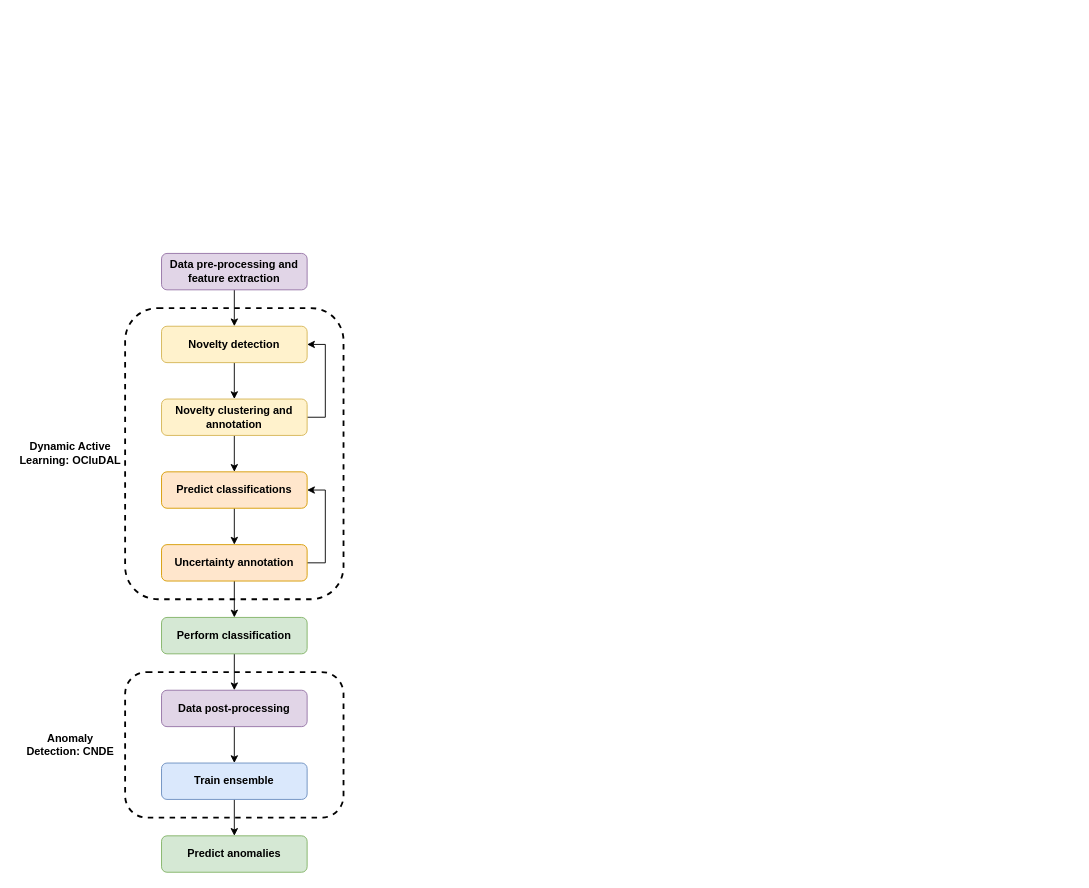
jaduplessis/DesignProject4 keeps this draw.io diagram as Report Help/SystemDiagram.drawio. Above is the earlier version. Source tidied: cells renumbered, new cells numbered last; positions are measured from the earlier drawing's top-left corner, leaving out a move shared by most shapes. Both pictures are drawn from the tidied source at 91%, with x=0, y=0 at pixel (15, 253).
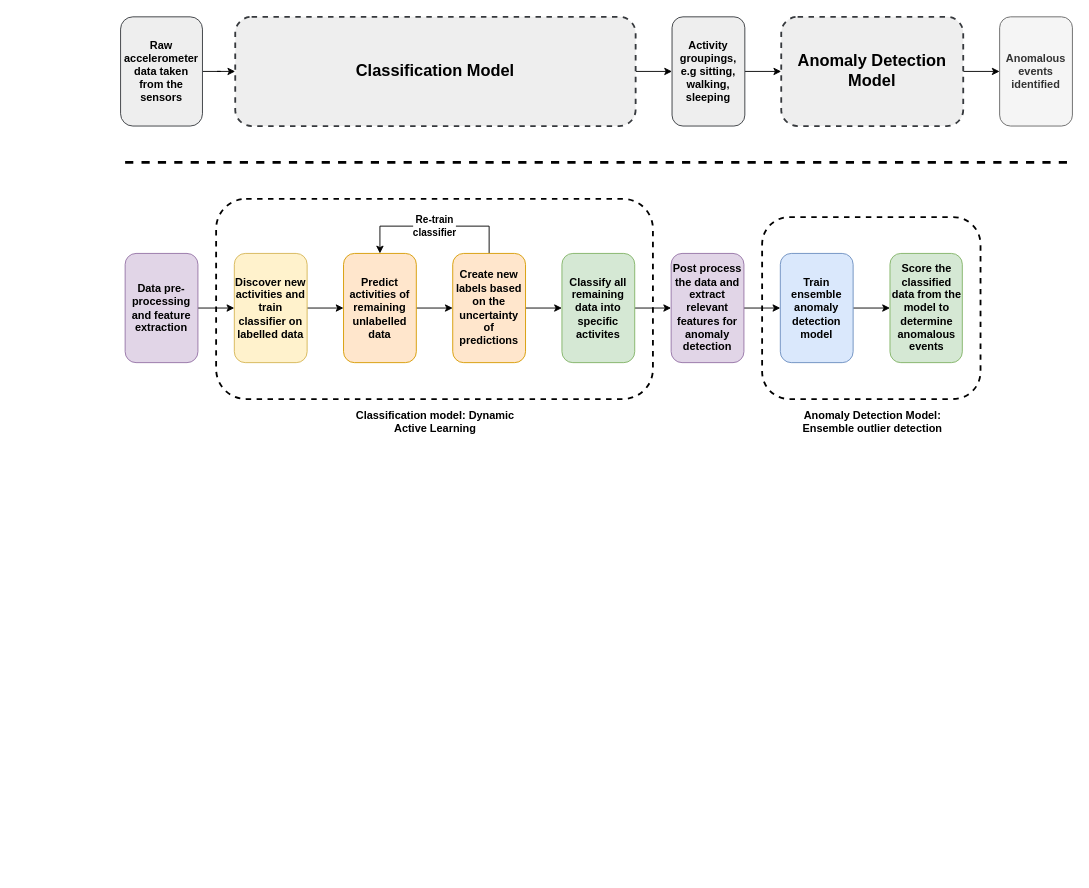
After the change.

Diff of the diagram source:
```diff
@@
     <mxCell id="3" value="&lt;div&gt;&lt;b&gt;Data pre-processing and feature extraction&lt;/b&gt;&lt;/div&gt;" style="rounded=1;whiteSpace=wrap;html=1;fillColor=#e1d5e7;strokeColor=#9673a6;" parent="1" vertex="1">
-      <mxGeometry x="160" width="160" height="40" as="geometry" />
+      <mxGeometry x="120" width="80" height="120" as="geometry" />
     </mxCell>
-    <mxCell id="4" style="edgeStyle=orthogonalEdgeStyle;rounded=0;jettySize=auto;html=1;" parent="1" edge="1" source="5" target="8">
-      <mxGeometry relative="1" as="geometry" />
-    </mxCell>
+    <mxCell id="25" style="edgeStyle=orthogonalEdgeStyle;rounded=0;jettySize=auto;html=1;" parent="1" edge="1" source="5" target="10">
+      <mxGeometry relative="1" as="geometry" />
+    </mxCell>
-    <mxCell id="5" value="&lt;b&gt;Novelty detection&lt;br&gt;&lt;/b&gt;" style="rounded=1;whiteSpace=wrap;html=1;fillColor=#fff2cc;strokeColor=#d6b656;" parent="1" vertex="1">
-      <mxGeometry x="160" y="80" width="160" height="40" as="geometry" />
+    <mxCell id="5" value="&lt;b&gt;Discover new activities and train classifier on labelled data&lt;br&gt;&lt;/b&gt;" style="rounded=1;whiteSpace=wrap;html=1;fillColor=#fff2cc;strokeColor=#d6b656;" parent="1" vertex="1">
+      <mxGeometry x="240" width="80" height="120" as="geometry" />
     </mxCell>
-    <mxCell id="6" style="edgeStyle=orthogonalEdgeStyle;rounded=0;jettySize=auto;html=1;" parent="1" edge="1" source="8" target="10">
-      <mxGeometry relative="1" as="geometry" />
-    </mxCell>
-    <mxCell id="7" style="edgeStyle=orthogonalEdgeStyle;rounded=0;jettySize=auto;html=1;entryX=1;entryY=0.5;entryDx=0;entryDy=0;exitX=1;exitY=0.5;exitDx=0;exitDy=0;" parent="1" edge="1" source="8" target="5">
-      <mxGeometry relative="1" as="geometry">
-        <Array as="points">
-          <mxPoint x="340" y="180" />
-          <mxPoint x="340" y="100" />
-        </Array>
-      </mxGeometry>
-    </mxCell>
-    <mxCell id="8" value="&lt;b&gt;Novelty clustering and annotation&lt;br&gt;&lt;/b&gt;" style="rounded=1;whiteSpace=wrap;html=1;fillColor=#fff2cc;strokeColor=#d6b656;" parent="1" vertex="1">
-      <mxGeometry x="160" y="160" width="160" height="40" as="geometry" />
-    </mxCell>
@@
-    <mxCell id="10" value="&lt;b&gt;Predict classifications&lt;br&gt;&lt;/b&gt;" style="rounded=1;whiteSpace=wrap;html=1;fillColor=#ffe6cc;strokeColor=#d79b00;" parent="1" vertex="1">
-      <mxGeometry x="160" y="240" width="160" height="40" as="geometry" />
+    <mxCell id="10" value="&lt;b&gt;Predict activities of remaining unlabelled data&lt;br&gt;&lt;/b&gt;" style="rounded=1;whiteSpace=wrap;html=1;fillColor=#ffe6cc;strokeColor=#d79b00;" parent="1" vertex="1">
+      <mxGeometry x="360" width="80" height="120" as="geometry" />
     </mxCell>
+    <mxCell id="12" value="&lt;div&gt;&lt;b&gt;Re-train &lt;br&gt;&lt;/b&gt;&lt;/div&gt;&lt;div&gt;&lt;b&gt;classifier&lt;br&gt;&lt;/b&gt;&lt;/div&gt;" style="edgeStyle=orthogonalEdgeStyle;rounded=0;jettySize=auto;html=1;entryX=0.5;entryY=0;entryDx=0;entryDy=0;exitX=0.5;exitY=0;exitDx=0;exitDy=0;" parent="1" edge="1" source="13" target="10">
+      <mxGeometry relative="1" as="geometry">
+        <Array as="points">
+          <mxPoint x="520" y="-30" />
+          <mxPoint x="400" y="-30" />
+        </Array>
+      </mxGeometry>
+    </mxCell>
@@
-    <mxCell id="12" style="edgeStyle=orthogonalEdgeStyle;rounded=0;jettySize=auto;html=1;entryX=1;entryY=0.5;entryDx=0;entryDy=0;exitX=1;exitY=0.5;exitDx=0;exitDy=0;" parent="1" edge="1" source="13" target="10">
-      <mxGeometry relative="1" as="geometry">
-        <Array as="points">
-          <mxPoint x="340" y="340" />
-          <mxPoint x="340" y="260" />
-        </Array>
-      </mxGeometry>
-    </mxCell>
-    <mxCell id="13" value="&lt;b&gt;Uncertainty annotation&lt;br&gt;&lt;/b&gt;" style="rounded=1;whiteSpace=wrap;html=1;fillColor=#ffe6cc;strokeColor=#d79b00;" parent="1" vertex="1">
-      <mxGeometry x="160" y="320" width="160" height="40" as="geometry" />
+    <mxCell id="13" value="&lt;b&gt;Create new labels based on the uncertainty of predictions&lt;br&gt;&lt;/b&gt;" style="rounded=1;whiteSpace=wrap;html=1;fillColor=#ffe6cc;strokeColor=#d79b00;" parent="1" vertex="1">
+      <mxGeometry x="480" width="80" height="120" as="geometry" />
     </mxCell>
-    <mxCell id="14" style="edgeStyle=orthogonalEdgeStyle;rounded=0;jettySize=auto;html=1;" parent="1" edge="1" source="15" target="17">
-      <mxGeometry relative="1" as="geometry" />
-    </mxCell>
+    <mxCell id="26" style="edgeStyle=orthogonalEdgeStyle;rounded=0;jettySize=auto;html=1;" parent="1" edge="1" source="15" target="28">
+      <mxGeometry relative="1" as="geometry" />
+    </mxCell>
-    <mxCell id="15" value="&lt;b&gt;Perform classification&lt;br&gt;&lt;/b&gt;" style="rounded=1;whiteSpace=wrap;html=1;fillColor=#d5e8d4;strokeColor=#82b366;" parent="1" vertex="1">
-      <mxGeometry x="160" y="400" width="160" height="40" as="geometry" />
+    <mxCell id="15" value="&lt;b&gt;Classify all remaining data into specific activites&lt;br&gt;&lt;/b&gt;" style="rounded=1;whiteSpace=wrap;html=1;fillColor=#d5e8d4;strokeColor=#82b366;" parent="1" vertex="1">
+      <mxGeometry x="600" width="80" height="120" as="geometry" />
     </mxCell>
-    <mxCell id="16" style="edgeStyle=orthogonalEdgeStyle;rounded=0;jettySize=auto;html=1;" parent="1" edge="1" source="17" target="19">
-      <mxGeometry relative="1" as="geometry" />
-    </mxCell>
-    <mxCell id="17" value="&lt;b&gt;Data post-processing&lt;br&gt;&lt;/b&gt;" style="rounded=1;whiteSpace=wrap;html=1;fillColor=#e1d5e7;strokeColor=#9673a6;" parent="1" vertex="1">
-      <mxGeometry x="160" y="480" width="160" height="40" as="geometry" />
-    </mxCell>
-    <mxCell id="18" style="edgeStyle=orthogonalEdgeStyle;rounded=0;jettySize=auto;html=1;" parent="1" edge="1" source="19" target="20">
-      <mxGeometry relative="1" as="geometry" />
-    </mxCell>
-    <mxCell id="19" value="&lt;b&gt;Train ensemble&lt;br&gt;&lt;/b&gt;" style="rounded=1;whiteSpace=wrap;html=1;fillColor=#dae8fc;strokeColor=#6c8ebf;" parent="1" vertex="1">
-      <mxGeometry x="160" y="560" width="160" height="40" as="geometry" />
-    </mxCell>
-    <mxCell id="20" value="&lt;b&gt;Predict anomalies&lt;br&gt;&lt;/b&gt;" style="rounded=1;whiteSpace=wrap;html=1;fillColor=#d5e8d4;strokeColor=#82b366;" parent="1" vertex="1">
-      <mxGeometry x="160" y="640" width="160" height="40" as="geometry" />
-    </mxCell>
-    <mxCell id="21" value="&lt;b&gt;Dynamic Active Learning: OCluDAL&lt;br&gt;&lt;/b&gt;" style="text;html=1;strokeColor=none;fillColor=none;align=center;verticalAlign=middle;whiteSpace=wrap;rounded=0;" parent="1" vertex="1">
-      <mxGeometry y="205" width="120" height="30" as="geometry" />
+    <mxCell id="21" value="&lt;b&gt;Classification model: Dynamic Active Learning&lt;br&gt;&lt;/b&gt;" style="text;html=1;strokeColor=none;fillColor=none;align=center;verticalAlign=middle;whiteSpace=wrap;rounded=0;" parent="1" vertex="1">
+      <mxGeometry x="361" y="170" width="200" height="30" as="geometry" />
     </mxCell>
-    <mxCell id="22" style="rounded=1;whiteSpace=wrap;html=1;fillColor=none;dashed=1;strokeWidth=2;" parent="1" vertex="1">
-      <mxGeometry x="120" y="460" width="240" height="160" as="geometry" />
-    </mxCell>
-    <mxCell id="23" value="&lt;div&gt;&lt;b&gt;Anomaly Detection:&lt;/b&gt;&lt;b&gt; CNDE&lt;/b&gt;&lt;/div&gt;" style="text;html=1;strokeColor=none;fillColor=none;align=center;verticalAlign=middle;whiteSpace=wrap;rounded=0;" parent="1" vertex="1">
-      <mxGeometry x="10" y="525" width="100" height="30" as="geometry" />
+    <mxCell id="23" value="&lt;div&gt;&lt;b&gt;Anomaly Detection Model:&lt;/b&gt;&lt;b&gt; Ensemble outlier detection&lt;br&gt;&lt;/b&gt;&lt;/div&gt;" style="text;html=1;strokeColor=none;fillColor=none;align=center;verticalAlign=middle;whiteSpace=wrap;rounded=0;" parent="1" vertex="1">
+      <mxGeometry x="853.5" y="170" width="175" height="30" as="geometry" />
     </mxCell>
-    <mxCell id="24" style="rounded=1;whiteSpace=wrap;html=1;fillColor=none;dashed=1;strokeWidth=2;" parent="1" vertex="1">
-      <mxGeometry x="120" y="60" width="240" height="320" as="geometry" />
-    </mxCell>
+    <mxCell id="27" style="edgeStyle=orthogonalEdgeStyle;rounded=0;jettySize=auto;html=1;" parent="1" edge="1" source="28" target="30">
+      <mxGeometry relative="1" as="geometry" />
+    </mxCell>
+    <mxCell id="28" value="&lt;b&gt;Post process the data and extract relevant features for anomaly detection&lt;br&gt;&lt;/b&gt;" style="rounded=1;whiteSpace=wrap;html=1;fillColor=#e1d5e7;strokeColor=#9673a6;" parent="1" vertex="1">
+      <mxGeometry x="720" width="80" height="120" as="geometry" />
+    </mxCell>
+    <mxCell id="29" style="edgeStyle=orthogonalEdgeStyle;rounded=0;jettySize=auto;html=1;" parent="1" edge="1" source="30" target="31">
+      <mxGeometry relative="1" as="geometry" />
+    </mxCell>
+    <mxCell id="30" value="&lt;b&gt;Train ensemble anomaly detection model&lt;br&gt;&lt;/b&gt;" style="rounded=1;whiteSpace=wrap;html=1;fillColor=#dae8fc;strokeColor=#6c8ebf;" parent="1" vertex="1">
+      <mxGeometry x="840" width="80" height="120" as="geometry" />
+    </mxCell>
+    <mxCell id="31" value="&lt;b&gt;Score the classified data from the model to determine anomalous events&lt;br&gt;&lt;/b&gt;" style="rounded=1;whiteSpace=wrap;html=1;fillColor=#d5e8d4;strokeColor=#82b366;" parent="1" vertex="1">
+      <mxGeometry x="960.5" width="79.5" height="120" as="geometry" />
+    </mxCell>
+    <mxCell id="32" style="rounded=1;whiteSpace=wrap;html=1;fillColor=none;dashed=1;strokeWidth=2;" parent="1" vertex="1">
+      <mxGeometry x="820" y="-40" width="240" height="200" as="geometry" />
+    </mxCell>
+    <mxCell id="33" style="edgeStyle=orthogonalEdgeStyle;rounded=0;jettySize=auto;html=1;" parent="1" edge="1" source="34" target="40">
+      <mxGeometry relative="1" as="geometry" />
+    </mxCell>
+    <mxCell id="34" value="&lt;font style=&quot;font-size: 18px;&quot;&gt;&lt;b&gt;Classification Model&lt;br&gt;&lt;/b&gt;&lt;/font&gt;" style="rounded=1;whiteSpace=wrap;html=1;fillColor=#eeeeee;dashed=1;strokeWidth=2;strokeColor=#36393d;" parent="1" vertex="1">
+      <mxGeometry x="241" y="-260" width="440" height="120" as="geometry" />
+    </mxCell>
+    <mxCell id="35" style="edgeStyle=orthogonalEdgeStyle;rounded=0;jettySize=auto;html=1;" parent="1" edge="1" source="36" target="41">
+      <mxGeometry relative="1" as="geometry" />
+    </mxCell>
+    <mxCell id="36" value="&lt;div&gt;Anomaly Detection &lt;br&gt;&lt;/div&gt;&lt;div&gt;Model&lt;/div&gt;" style="rounded=1;whiteSpace=wrap;html=1;fillColor=#eeeeee;dashed=1;strokeWidth=2;strokeColor=#36393d;fontSize=18;fontStyle=1;" parent="1" vertex="1">
+      <mxGeometry x="841" y="-260" width="200" height="120" as="geometry" />
+    </mxCell>
+    <mxCell id="37" style="edgeStyle=orthogonalEdgeStyle;rounded=0;jettySize=auto;html=1;" parent="1" edge="1" source="38" target="34">
+      <mxGeometry relative="1" as="geometry" />
+    </mxCell>
+    <mxCell id="38" value="Raw accelerometer data taken from the sensors" style="rounded=1;whiteSpace=wrap;html=1;fillColor=#eeeeee;strokeColor=#36393d;fontStyle=1;" parent="1" vertex="1">
+      <mxGeometry x="115" y="-260" width="90" height="120" as="geometry" />
+    </mxCell>
+    <mxCell id="39" style="edgeStyle=orthogonalEdgeStyle;rounded=0;jettySize=auto;html=1;" parent="1" edge="1" source="40" target="36">
+      <mxGeometry relative="1" as="geometry" />
+    </mxCell>
+    <mxCell id="40" value="Activity groupings, e.g sitting, walking, sleeping" style="rounded=1;whiteSpace=wrap;html=1;fillColor=#eeeeee;strokeColor=#36393d;fontStyle=1;" parent="1" vertex="1">
+      <mxGeometry x="721" y="-260" width="80" height="120" as="geometry" />
+    </mxCell>
+    <mxCell id="41" value="&lt;span&gt;Anomalous events identified&lt;br&gt;&lt;/span&gt;" style="rounded=1;whiteSpace=wrap;html=1;fillColor=#f5f5f5;strokeColor=#666666;fontColor=#333333;fontStyle=1;" parent="1" vertex="1">
+      <mxGeometry x="1081" y="-260" width="80" height="120" as="geometry" />
+    </mxCell>
+    <mxCell id="42" style="endArrow=none;dashed=1;html=1;rounded=0;strokeWidth=3;" parent="1" edge="1">
+      <mxGeometry relative="1" as="geometry">
+        <mxPoint x="120" y="-100" as="sourcePoint" />
+        <mxPoint x="1160" y="-100" as="targetPoint" />
+      </mxGeometry>
+    </mxCell>
+    <mxCell id="43" style="rounded=1;whiteSpace=wrap;html=1;fillColor=none;dashed=1;strokeWidth=2;" parent="1" vertex="1">
+      <mxGeometry x="220" y="-60" width="480" height="220" as="geometry" />
+    </mxCell>
```
